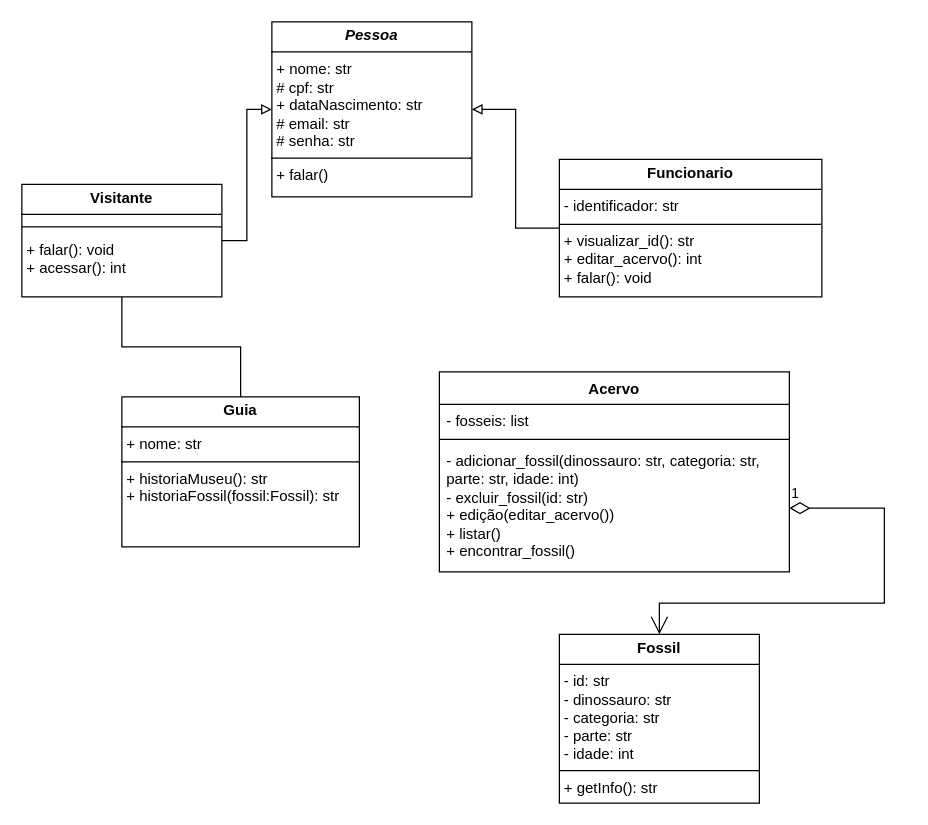
The draw.io diagram diagramaMuseuDino.drawio in LeticiaMMorais/ProjetoMuseuDino, before the edit. Source tidied: cells renumbered, new cells numbered last; positions are measured from the earlier drawing's top-left corner, leaving out a move shared by most shapes. Both pictures are drawn from the tidied source at 125%, with x=0, y=0 at pixel (21, 21).
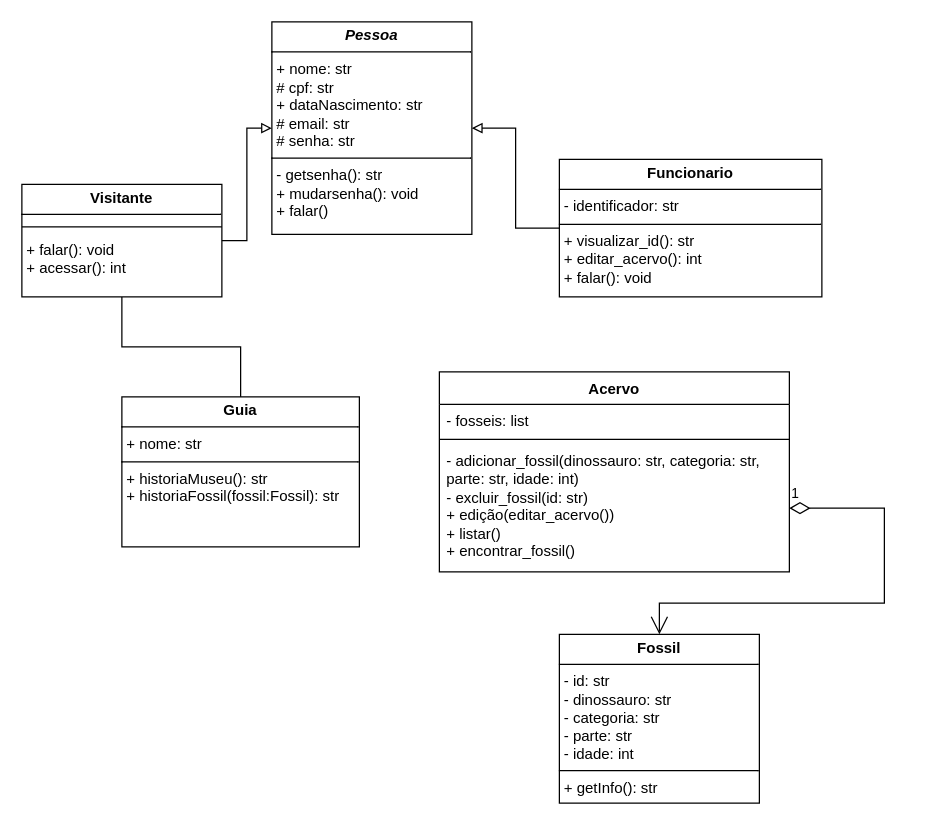
The same page after the edit.

Commit message:
colocando o mudar senha e o get

Change to the diagram source:
```diff
@@
 <mxGraphModel>
   <root>
     <mxCell id="0" />
     <mxCell id="1" parent="0" />
-    <mxCell id="2" value="&lt;p style=&quot;margin:0px;margin-top:4px;text-align:center;&quot;&gt;&lt;b&gt;&lt;i&gt;Pessoa&lt;/i&gt;&lt;/b&gt;&lt;/p&gt;&lt;hr size=&quot;1&quot; style=&quot;border-style:solid;&quot;&gt;&lt;p style=&quot;margin:0px;margin-left:4px;&quot;&gt;+ nome: str&lt;/p&gt;&lt;p style=&quot;margin:0px;margin-left:4px;&quot;&gt;# cpf: str&lt;/p&gt;&lt;p style=&quot;margin:0px;margin-left:4px;&quot;&gt;+ dataNascimento: str&lt;/p&gt;&lt;p style=&quot;margin:0px;margin-left:4px;&quot;&gt;# email: str&lt;/p&gt;&lt;p style=&quot;margin:0px;margin-left:4px;&quot;&gt;# senha: str&lt;/p&gt;&lt;hr size=&quot;1&quot; style=&quot;border-style:solid;&quot;&gt;&lt;p style=&quot;margin:0px;margin-left:4px;&quot;&gt;+ falar()&lt;/p&gt;" style="verticalAlign=top;align=left;overflow=fill;html=1;whiteSpace=wrap;" parent="1" vertex="1">
-      <mxGeometry x="200" width="160" height="140" as="geometry" />
+    <mxCell id="2" value="&lt;p style=&quot;margin:0px;margin-top:4px;text-align:center;&quot;&gt;&lt;b&gt;&lt;i&gt;Pessoa&lt;/i&gt;&lt;/b&gt;&lt;/p&gt;&lt;hr size=&quot;1&quot; style=&quot;border-style:solid;&quot;&gt;&lt;p style=&quot;margin:0px;margin-left:4px;&quot;&gt;+ nome: str&lt;/p&gt;&lt;p style=&quot;margin:0px;margin-left:4px;&quot;&gt;# cpf: str&lt;/p&gt;&lt;p style=&quot;margin:0px;margin-left:4px;&quot;&gt;+ dataNascimento: str&lt;/p&gt;&lt;p style=&quot;margin:0px;margin-left:4px;&quot;&gt;# email: str&lt;/p&gt;&lt;p style=&quot;margin:0px;margin-left:4px;&quot;&gt;# senha: str&lt;/p&gt;&lt;hr size=&quot;1&quot; style=&quot;border-style:solid;&quot;&gt;&lt;p style=&quot;margin:0px;margin-left:4px;&quot;&gt;&lt;span style=&quot;background-color: initial;&quot;&gt;- getsenha(): str&lt;/span&gt;&lt;/p&gt;&lt;p style=&quot;margin:0px;margin-left:4px;&quot;&gt;&lt;span style=&quot;background-color: initial;&quot;&gt;+ mudarsenha(): void&lt;/span&gt;&lt;/p&gt;&lt;p style=&quot;margin:0px;margin-left:4px;&quot;&gt;+ falar()&lt;/p&gt;" style="verticalAlign=top;align=left;overflow=fill;html=1;whiteSpace=wrap;" parent="1" vertex="1">
+      <mxGeometry x="200" width="160" height="170" as="geometry" />
     </mxCell>
     <mxCell id="3" style="edgeStyle=orthogonalEdgeStyle;rounded=0;jettySize=auto;html=1;endArrow=none;endFill=0;" parent="1" edge="1" source="4" target="7">
       <mxGeometry relative="1" as="geometry" />
     </mxCell>
     <mxCell id="4" value="&lt;p style=&quot;margin:0px;margin-top:4px;text-align:center;&quot;&gt;&lt;b&gt;Visitante&lt;/b&gt;&lt;/p&gt;&lt;hr size=&quot;1&quot; style=&quot;border-style:solid;&quot;&gt;&lt;p style=&quot;margin:0px;margin-left:4px;&quot;&gt;&lt;br&gt;&lt;/p&gt;&lt;p style=&quot;margin:0px;margin-left:4px;&quot;&gt;+ falar(): void&lt;/p&gt;&lt;p style=&quot;margin:0px;margin-left:4px;&quot;&gt;+ acessar(): int&lt;/p&gt;&lt;p style=&quot;margin:0px;margin-left:4px;&quot;&gt;&lt;br&gt;&lt;/p&gt;" style="verticalAlign=top;align=left;overflow=fill;html=1;whiteSpace=wrap;" parent="1" vertex="1">
       <mxGeometry y="130" width="160" height="90" as="geometry" />
     </mxCell>
     <mxCell id="5" style="edgeStyle=orthogonalEdgeStyle;rounded=0;jettySize=auto;html=1;endArrow=block;endFill=0;" parent="1" edge="1" source="6" target="2">
       <mxGeometry relative="1" as="geometry" />
     </mxCell>
     <mxCell id="6" value="&lt;p style=&quot;margin:0px;margin-top:4px;text-align:center;&quot;&gt;&lt;b&gt;Funcionario&lt;/b&gt;&lt;/p&gt;&lt;hr size=&quot;1&quot; style=&quot;border-style:solid;&quot;&gt;&lt;p style=&quot;margin:0px;margin-left:4px;&quot;&gt;- identificador: str&lt;/p&gt;&lt;hr size=&quot;1&quot; style=&quot;border-style:solid;&quot;&gt;&lt;p style=&quot;margin:0px;margin-left:4px;&quot;&gt;+ visualizar_id(): str&lt;/p&gt;&lt;p style=&quot;margin:0px;margin-left:4px;&quot;&gt;+ editar_acervo(): int&lt;/p&gt;&lt;p style=&quot;margin:0px;margin-left:4px;&quot;&gt;+ falar(): void&lt;/p&gt;" style="verticalAlign=top;align=left;overflow=fill;html=1;whiteSpace=wrap;" parent="1" vertex="1">
       <mxGeometry x="430" y="110" width="210" height="110" as="geometry" />
     </mxCell>
     <mxCell id="7" value="&lt;p style=&quot;margin:0px;margin-top:4px;text-align:center;&quot;&gt;&lt;b&gt;Guia&lt;/b&gt;&lt;/p&gt;&lt;hr size=&quot;1&quot; style=&quot;border-style:solid;&quot;&gt;&lt;p style=&quot;margin:0px;margin-left:4px;&quot;&gt;+ nome: str&lt;/p&gt;&lt;hr size=&quot;1&quot; style=&quot;border-style:solid;&quot;&gt;&lt;p style=&quot;margin:0px;margin-left:4px;&quot;&gt;+ historiaMuseu(): str&lt;/p&gt;&lt;p style=&quot;margin:0px;margin-left:4px;&quot;&gt;+ historiaFossil(fossil:Fossil): str&lt;/p&gt;" style="verticalAlign=top;align=left;overflow=fill;html=1;whiteSpace=wrap;" parent="1" vertex="1">
       <mxGeometry x="80" y="300" width="190" height="120" as="geometry" />
     </mxCell>
     <mxCell id="8" value="&lt;p style=&quot;margin:0px;margin-top:4px;text-align:center;&quot;&gt;&lt;b&gt;Fossil&lt;/b&gt;&lt;/p&gt;&lt;hr size=&quot;1&quot; style=&quot;border-style:solid;&quot;&gt;&lt;p style=&quot;margin:0px;margin-left:4px;&quot;&gt;- id: str&lt;/p&gt;&lt;p style=&quot;margin:0px;margin-left:4px;&quot;&gt;- dinossauro: str&lt;/p&gt;&lt;p style=&quot;margin:0px;margin-left:4px;&quot;&gt;- categoria: str&lt;/p&gt;&lt;p style=&quot;margin:0px;margin-left:4px;&quot;&gt;- parte: str&lt;/p&gt;&lt;p style=&quot;margin:0px;margin-left:4px;&quot;&gt;- idade: int&lt;/p&gt;&lt;hr size=&quot;1&quot; style=&quot;border-style:solid;&quot;&gt;&lt;p style=&quot;margin:0px;margin-left:4px;&quot;&gt;+ getInfo(): str&lt;/p&gt;" style="verticalAlign=top;align=left;overflow=fill;html=1;whiteSpace=wrap;" parent="1" vertex="1">
       <mxGeometry x="430" y="490" width="160" height="135" as="geometry" />
     </mxCell>
     <mxCell id="9" value="Acervo" style="swimlane;fontStyle=1;align=center;verticalAlign=top;horizontal=1;startSize=26;whiteSpace=wrap;html=1;" parent="1" vertex="1">
       <mxGeometry x="334" y="280" width="280" height="160" as="geometry" />
     </mxCell>
     <mxCell id="10" value="&lt;div&gt;&lt;span style=&quot;background-color: initial;&quot;&gt;- fosseis: list&lt;/span&gt;&lt;/div&gt;&lt;div&gt;&lt;span style=&quot;background-color: initial;&quot;&gt;&lt;br&gt;&lt;/span&gt;&lt;/div&gt;&lt;div&gt;&lt;span style=&quot;background-color: initial;&quot;&gt;&lt;br&gt;&lt;/span&gt;&lt;/div&gt;" style="text;strokeColor=none;fillColor=none;align=left;verticalAlign=top;spacingLeft=4;spacingRight=4;overflow=hidden;whiteSpace=wrap;html=1;" parent="9" vertex="1">
       <mxGeometry y="26" width="280" height="24" as="geometry" />
     </mxCell>
     <mxCell id="11" style="line;strokeWidth=1;fillColor=none;align=left;verticalAlign=middle;spacingTop=-1;spacingLeft=3;spacingRight=3;labelPosition=right;strokeColor=inherit;" parent="9" vertex="1">
       <mxGeometry y="50" width="280" height="8" as="geometry" />
     </mxCell>
     <mxCell id="12" value="- adicionar_fossil(dinossauro: str, categoria: str, parte: str, idade: int)&lt;div&gt;- excluir_fossil(id: str)&lt;/div&gt;&lt;div&gt;+ edição(editar_acervo())&lt;/div&gt;&lt;div&gt;+ listar()&lt;/div&gt;&lt;div&gt;+ encontrar_fossil()&lt;/div&gt;&lt;div&gt;&lt;br&gt;&lt;/div&gt;&lt;div&gt;&lt;br&gt;&lt;/div&gt;" style="text;strokeColor=none;fillColor=none;align=left;verticalAlign=top;spacingLeft=4;spacingRight=4;overflow=hidden;points=[[0,0.5],[1,0.5]];portConstraint=eastwest;whiteSpace=wrap;html=1;" parent="9" vertex="1">
       <mxGeometry y="58" width="280" height="102" as="geometry" />
     </mxCell>
     <mxCell id="13" style="edgeStyle=orthogonalEdgeStyle;rounded=0;jettySize=auto;html=1;endArrow=block;endFill=0;" parent="1" edge="1" source="4" target="2">
       <mxGeometry relative="1" as="geometry" />
     </mxCell>
     <mxCell id="14" style="line;strokeWidth=1;fillColor=none;align=left;verticalAlign=middle;spacingTop=-1;spacingLeft=3;spacingRight=3;labelPosition=right;strokeColor=inherit;" parent="1" vertex="1">
       <mxGeometry y="160" width="160" height="8" as="geometry" />
     </mxCell>
     <mxCell id="15" value="1" style="endArrow=open;html=1;endSize=12;startArrow=diamondThin;startSize=14;startFill=0;edgeStyle=orthogonalEdgeStyle;align=left;verticalAlign=bottom;rounded=0;" parent="1" edge="1" source="12" target="8">
       <mxGeometry x="-1" y="3" relative="1" as="geometry">
         <Array as="points">
           <mxPoint x="690" y="389" />
           <mxPoint x="690" y="465" />
           <mxPoint x="510" y="465" />
         </Array>
       </mxGeometry>
     </mxCell>
   </root>
 </mxGraphModel>
```
